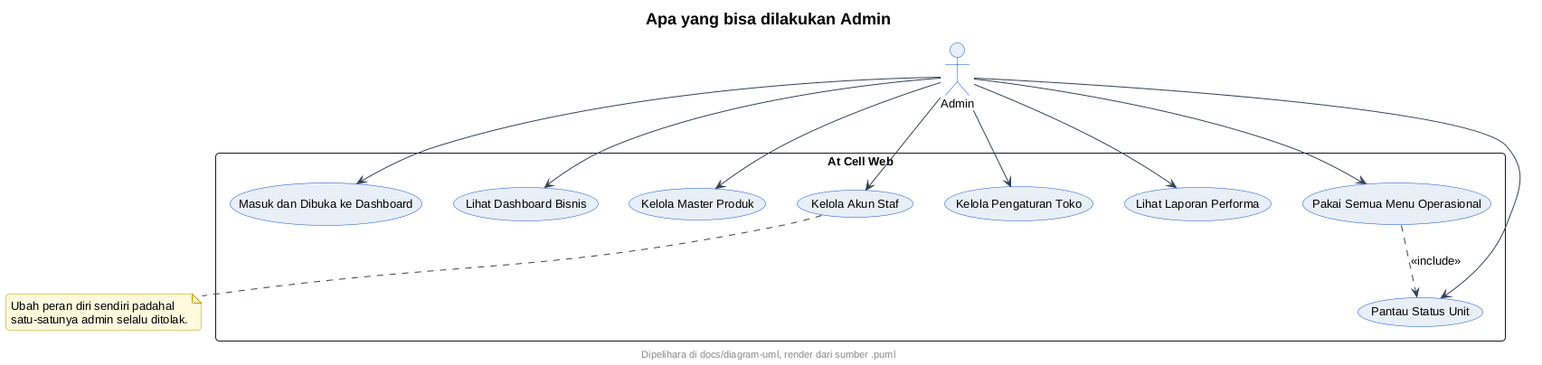
Before: docs/diagram-uml/admin/usecase-admin.png, a diagram exported from PlantUML (neiaki/KP). Source of this version:
```plantuml
@startuml
skinparam backgroundColor #FFFFFF
skinparam shadowing false
skinparam roundcorner 8
skinparam defaultFontName sans-serif
skinparam defaultFontSize 13
skinparam titleFontSize 18
skinparam titleFontStyle bold
skinparam headerFontSize 11
skinparam footerFontSize 11
skinparam noteBackgroundColor #FFF8DC
skinparam noteBorderColor #B89B00
skinparam actorBackgroundColor #E8EEF7
skinparam actorBorderColor #0B4ED8
skinparam participantBackgroundColor #E8EEF7
skinparam participantBorderColor #0B4ED8
skinparam usecaseBackgroundColor #E8EEF7
skinparam usecaseBorderColor #0B4ED8
skinparam classBackgroundColor #E8EEF7
skinparam classBorderColor #0B4ED8
skinparam objectBackgroundColor #EEF3FA
skinparam objectBorderColor #0B4ED8
skinparam activityBackgroundColor #E8EEF7
skinparam activityBorderColor #0B4ED8
skinparam activityDiamondBackgroundColor #FFFFFF
skinparam activityDiamondBorderColor #0B4ED8
skinparam stateBackgroundColor #E8EEF7
skinparam stateBorderColor #0B4ED8
skinparam stateStartColor #0B4ED8
skinparam stateEndColor #0B4ED8
skinparam componentBackgroundColor #E8EEF7
skinparam componentBorderColor #0B4ED8
skinparam cloudBackgroundColor #F2F5FA
skinparam cloudBorderColor #5B6B82
skinparam databaseBackgroundColor #E8EEF7
skinparam databaseBorderColor #0B4ED8
skinparam entityBackgroundColor #E8EEF7
skinparam entityBorderColor #0B4ED8
skinparam sequenceArrowColor #334155
skinparam sequenceLifeLineBorderColor #0B4ED8
skinparam sequenceParticipantBorderColor #0B4ED8
footer Dipelihara di docs/diagram-uml, render dari sumber .puml
title Apa yang bisa dilakukan Admin
actor Admin as A
rectangle "At Cell Web" {
  usecase "Masuk dan Dibuka ke Dashboard" as MasukDash
  usecase "Lihat Dashboard Bisnis" as LihatDash
  usecase "Kelola Master Produk" as KelolaProduk
  usecase "Kelola Akun Staf" as KelolaStaf
  usecase "Kelola Pengaturan Toko" as KelolaToko
  usecase "Lihat Laporan Performa" as LihatLaporan
  usecase "Pantau Status Unit" as PantauUnit
  usecase "Pakai Semua Menu Operasional" as PakaiSemua
}
A --> MasukDash
A --> LihatDash
A --> KelolaProduk
A --> KelolaStaf
A --> KelolaToko
A --> LihatLaporan
A --> PantauUnit
A --> PakaiSemua
PakaiSemua ..> PantauUnit : <<include>>
note bottom of KelolaStaf
  Ubah peran diri sendiri padahal
  satu-satunya admin selalu ditolak.
end note
@enduml
```
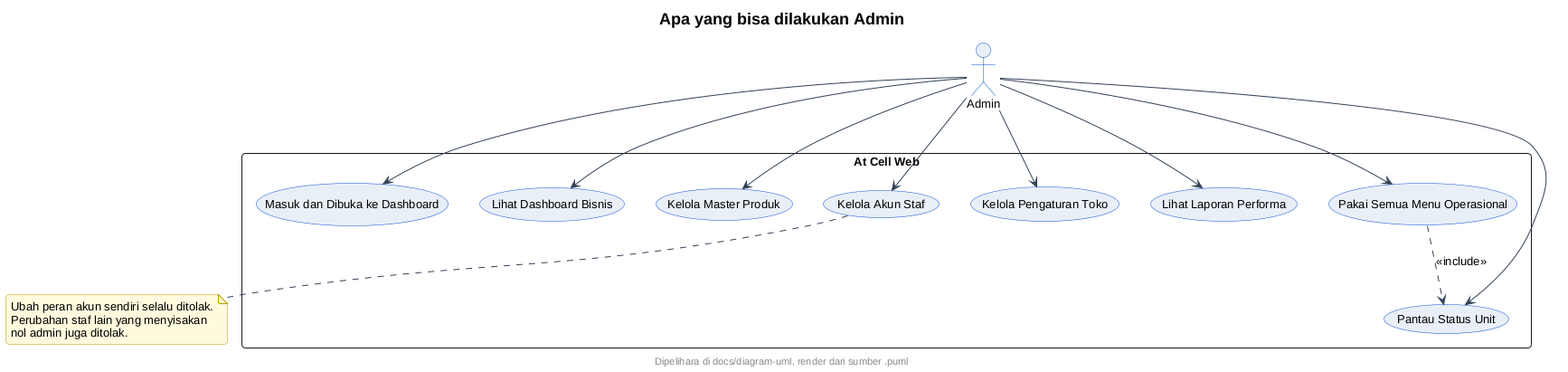
Above is the later version.

Diff of the diagram source:
```diff
@@ -62,7 +62,8 @@
 A --> PakaiSemua
 PakaiSemua ..> PantauUnit : <<include>>
 note bottom of KelolaStaf
-  Ubah peran diri sendiri padahal
-  satu-satunya admin selalu ditolak.
+  Ubah peran akun sendiri selalu ditolak.
+  Perubahan staf lain yang menyisakan
+  nol admin juga ditolak.
 end note
 @enduml
```
